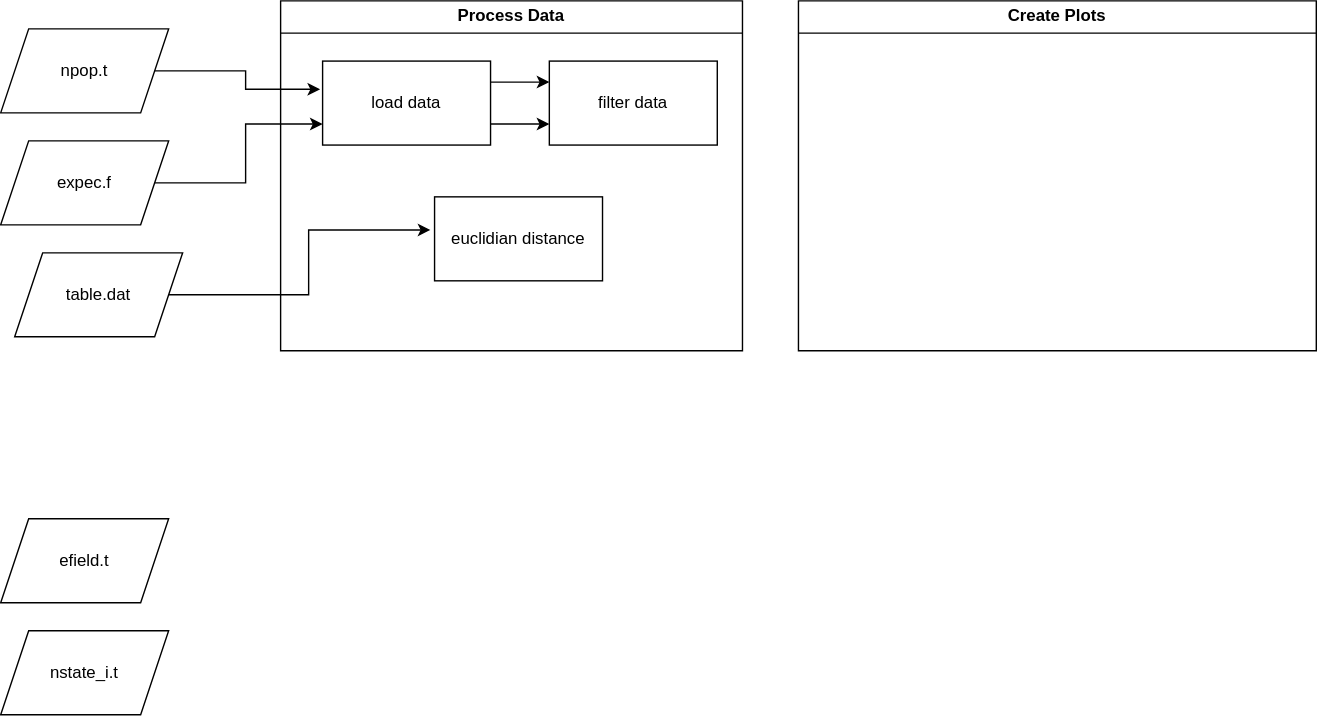
The draw.io diagram ssd-py-pkg.drawio.svg in matheus-bp/ssd-repo, before a commit. Source tidied: cells renumbered, new cells last; positions are measured from the earlier drawing's top-left corner, leaving out a move shared by most shapes.
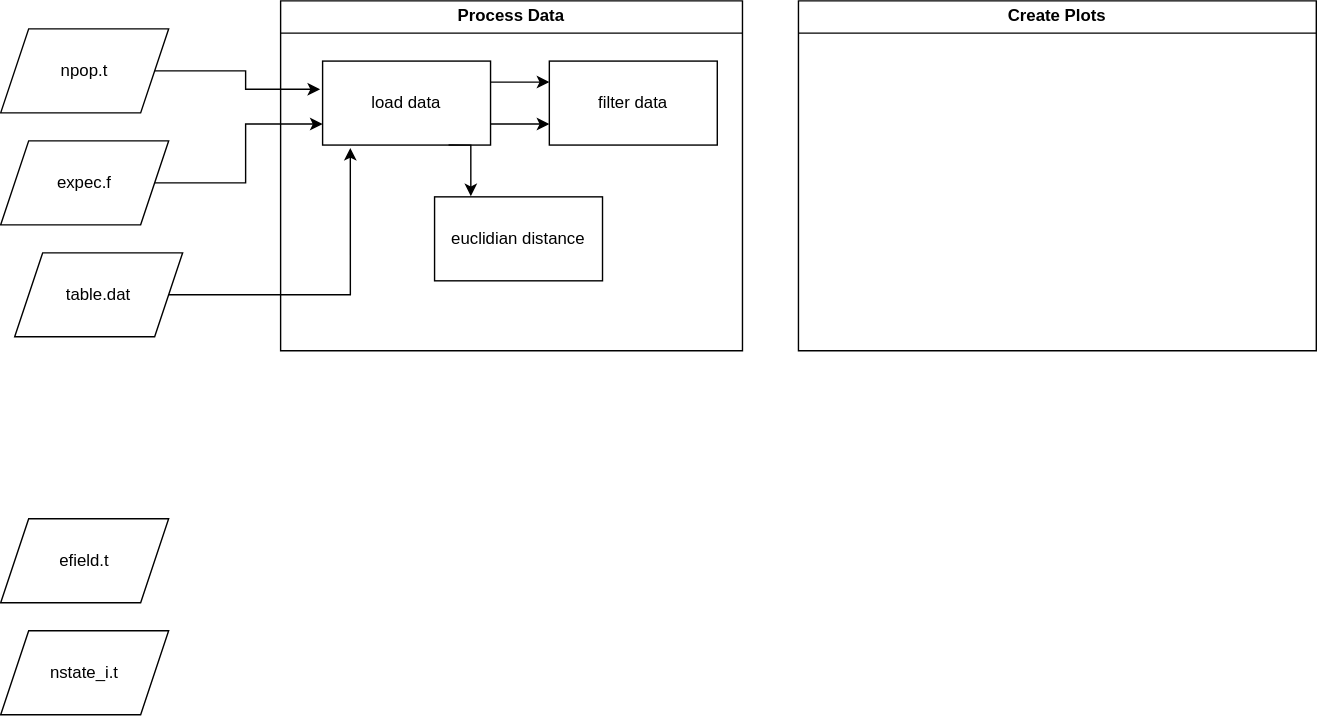
Above is the later version.

Diff of the diagram source:
```diff
@@ -8,31 +8,31 @@
     <mxCell id="3" value="&lt;div&gt;Create Plots&lt;/div&gt;" style="swimlane;whiteSpace=wrap;html=1;rounded=0;strokeColor=light-dark(#000000,#606060);align=center;verticalAlign=middle;fontFamily=Helvetica;fontSize=12;fontColor=default;fillColor=default;" parent="1" vertex="1">
       <mxGeometry x="570" width="370" height="250" as="geometry" />
     </mxCell>
-    <mxCell id="4" style="edgeStyle=orthogonalEdgeStyle;rounded=0;jettySize=auto;html=1;exitX=1;exitY=0.5;exitDx=0;exitDy=0;fontFamily=Helvetica;fontSize=12;fontColor=default;entryX=-0.015;entryY=0.336;entryDx=0;entryDy=0;entryPerimeter=0;" parent="1" edge="1" source="5" target="13">
+    <mxCell id="4" style="edgeStyle=orthogonalEdgeStyle;rounded=0;jettySize=auto;html=1;exitX=1;exitY=0.5;exitDx=0;exitDy=0;fontFamily=Helvetica;fontSize=12;fontColor=default;entryX=-0.015;entryY=0.336;entryDx=0;entryDy=0;entryPerimeter=0;strokeColor=light-dark(#000000,#FFCCCC);" parent="1" edge="1" source="5" target="13">
       <mxGeometry relative="1" as="geometry" />
     </mxCell>
-    <mxCell id="5" value="&lt;div&gt;npop.t&lt;/div&gt;" style="shape=parallelogram;perimeter=parallelogramPerimeter;whiteSpace=wrap;html=1;fixedSize=1;rounded=0;strokeColor=default;align=center;verticalAlign=middle;fontFamily=Helvetica;fontSize=12;fontColor=default;fillColor=default;" parent="1" vertex="1">
+    <mxCell id="5" value="&lt;div&gt;npop.t&lt;/div&gt;" style="shape=parallelogram;perimeter=parallelogramPerimeter;whiteSpace=wrap;html=1;fixedSize=1;rounded=0;strokeColor=light-dark(#000000,#FFCCCC);align=center;verticalAlign=middle;fontFamily=Helvetica;fontSize=12;fontColor=default;fillColor=default;" parent="1" vertex="1">
       <mxGeometry y="20" width="120" height="60" as="geometry" />
     </mxCell>
     <mxCell id="6" value="&lt;div&gt;efield.t&lt;/div&gt;" style="shape=parallelogram;perimeter=parallelogramPerimeter;whiteSpace=wrap;html=1;fixedSize=1;rounded=0;strokeColor=default;align=center;verticalAlign=middle;fontFamily=Helvetica;fontSize=12;fontColor=default;fillColor=default;" parent="1" vertex="1">
       <mxGeometry y="370" width="120" height="60" as="geometry" />
     </mxCell>
-    <mxCell id="7" style="edgeStyle=orthogonalEdgeStyle;rounded=0;jettySize=auto;html=1;exitX=1;exitY=0.5;exitDx=0;exitDy=0;entryX=0;entryY=0.75;entryDx=0;entryDy=0;fontFamily=Helvetica;fontSize=12;fontColor=default;" parent="1" edge="1" source="8" target="13">
+    <mxCell id="7" style="edgeStyle=orthogonalEdgeStyle;rounded=0;jettySize=auto;html=1;exitX=1;exitY=0.5;exitDx=0;exitDy=0;entryX=0;entryY=0.75;entryDx=0;entryDy=0;fontFamily=Helvetica;fontSize=12;fontColor=default;strokeColor=light-dark(#000000,#CCCCFF);" parent="1" edge="1" source="8" target="13">
       <mxGeometry relative="1" as="geometry" />
     </mxCell>
-    <mxCell id="8" value="&lt;div&gt;expec.f&lt;/div&gt;" style="shape=parallelogram;perimeter=parallelogramPerimeter;whiteSpace=wrap;html=1;fixedSize=1;rounded=0;strokeColor=default;align=center;verticalAlign=middle;fontFamily=Helvetica;fontSize=12;fontColor=default;fillColor=default;" parent="1" vertex="1">
+    <mxCell id="8" value="&lt;div&gt;expec.f&lt;/div&gt;" style="shape=parallelogram;perimeter=parallelogramPerimeter;whiteSpace=wrap;html=1;fixedSize=1;rounded=0;strokeColor=light-dark(#000000,#CCCCFF);align=center;verticalAlign=middle;fontFamily=Helvetica;fontSize=12;fontColor=default;fillColor=default;" parent="1" vertex="1">
       <mxGeometry y="100" width="120" height="60" as="geometry" />
     </mxCell>
     <mxCell id="9" value="&lt;div&gt;nstate_i.t&lt;/div&gt;" style="shape=parallelogram;perimeter=parallelogramPerimeter;whiteSpace=wrap;html=1;fixedSize=1;rounded=0;strokeColor=default;align=center;verticalAlign=middle;fontFamily=Helvetica;fontSize=12;fontColor=default;fillColor=default;" parent="1" vertex="1">
       <mxGeometry y="450" width="120" height="60" as="geometry" />
     </mxCell>
-    <mxCell id="10" value="&lt;div&gt;table.dat&lt;/div&gt;" style="shape=parallelogram;perimeter=parallelogramPerimeter;whiteSpace=wrap;html=1;fixedSize=1;rounded=0;strokeColor=default;align=center;verticalAlign=middle;fontFamily=Helvetica;fontSize=12;fontColor=default;fillColor=default;" parent="1" vertex="1">
+    <mxCell id="10" value="&lt;div&gt;table.dat&lt;/div&gt;" style="shape=parallelogram;perimeter=parallelogramPerimeter;whiteSpace=wrap;html=1;fixedSize=1;rounded=0;strokeColor=light-dark(#000000,#99FF99);align=center;verticalAlign=middle;fontFamily=Helvetica;fontSize=12;fontColor=default;fillColor=default;" parent="1" vertex="1">
       <mxGeometry x="10" y="180" width="120" height="60" as="geometry" />
     </mxCell>
-    <mxCell id="11" style="edgeStyle=orthogonalEdgeStyle;rounded=0;jettySize=auto;html=1;exitX=1;exitY=0.25;exitDx=0;exitDy=0;entryX=0;entryY=0.25;entryDx=0;entryDy=0;fontFamily=Helvetica;fontSize=12;fontColor=default;" parent="1" edge="1" source="13" target="14">
+    <mxCell id="11" style="edgeStyle=orthogonalEdgeStyle;rounded=0;jettySize=auto;html=1;exitX=1;exitY=0.25;exitDx=0;exitDy=0;entryX=0;entryY=0.25;entryDx=0;entryDy=0;fontFamily=Helvetica;fontSize=12;fontColor=default;strokeColor=light-dark(#000000,#FFCCCC);" parent="1" edge="1" source="13" target="14">
       <mxGeometry relative="1" as="geometry" />
     </mxCell>
-    <mxCell id="12" style="edgeStyle=orthogonalEdgeStyle;rounded=0;jettySize=auto;html=1;exitX=1;exitY=0.75;exitDx=0;exitDy=0;entryX=0;entryY=0.75;entryDx=0;entryDy=0;fontFamily=Helvetica;fontSize=12;fontColor=default;" parent="1" edge="1" source="13" target="14">
+    <mxCell id="12" style="edgeStyle=orthogonalEdgeStyle;rounded=0;jettySize=auto;html=1;exitX=1;exitY=0.75;exitDx=0;exitDy=0;entryX=0;entryY=0.75;entryDx=0;entryDy=0;fontFamily=Helvetica;fontSize=12;fontColor=default;strokeColor=light-dark(#000000,#CCCCFF);" parent="1" edge="1" source="13" target="14">
       <mxGeometry relative="1" as="geometry" />
     </mxCell>
     <mxCell id="13" value="load data" style="rounded=0;whiteSpace=wrap;html=1;strokeColor=default;align=center;verticalAlign=middle;fontFamily=Helvetica;fontSize=12;fontColor=default;fillColor=default;" parent="1" vertex="1">
@@ -44,8 +44,15 @@
     <mxCell id="15" value="&lt;div&gt;euclidian distance&lt;/div&gt;" style="rounded=0;whiteSpace=wrap;html=1;strokeColor=default;align=center;verticalAlign=middle;fontFamily=Helvetica;fontSize=12;fontColor=default;fillColor=default;" parent="1" vertex="1">
       <mxGeometry x="310" y="140" width="120" height="60" as="geometry" />
     </mxCell>
-    <mxCell id="16" style="edgeStyle=orthogonalEdgeStyle;rounded=0;jettySize=auto;html=1;exitX=1;exitY=0.5;exitDx=0;exitDy=0;entryX=-0.025;entryY=0.394;entryDx=0;entryDy=0;entryPerimeter=0;fontFamily=Helvetica;fontSize=12;fontColor=default;" parent="1" edge="1" source="10" target="15">
-      <mxGeometry relative="1" as="geometry" />
+    <mxCell id="16" style="edgeStyle=orthogonalEdgeStyle;rounded=0;jettySize=auto;html=1;exitX=1;exitY=0.5;exitDx=0;exitDy=0;entryX=0.165;entryY=1.034;entryDx=0;entryDy=0;entryPerimeter=0;fontFamily=Helvetica;fontSize=12;fontColor=default;strokeColor=light-dark(#000000,#99FF99);" parent="1" edge="1" source="10" target="13">
+      <mxGeometry relative="1" as="geometry">
+        <Array as="points">
+          <mxPoint x="250" y="210" />
+        </Array>
+      </mxGeometry>
     </mxCell>
+    <mxCell id="17" style="edgeStyle=orthogonalEdgeStyle;rounded=0;jettySize=auto;html=1;exitX=0.75;exitY=1;exitDx=0;exitDy=0;entryX=0.216;entryY=-0.008;entryDx=0;entryDy=0;entryPerimeter=0;fontFamily=Helvetica;fontSize=12;fontColor=default;strokeColor=light-dark(#000000,#99FF99);" parent="1" edge="1" source="13" target="15">
+      <mxGeometry relative="1" as="geometry" />
+    </mxCell>
   </root>
 </mxGraphModel>
```
